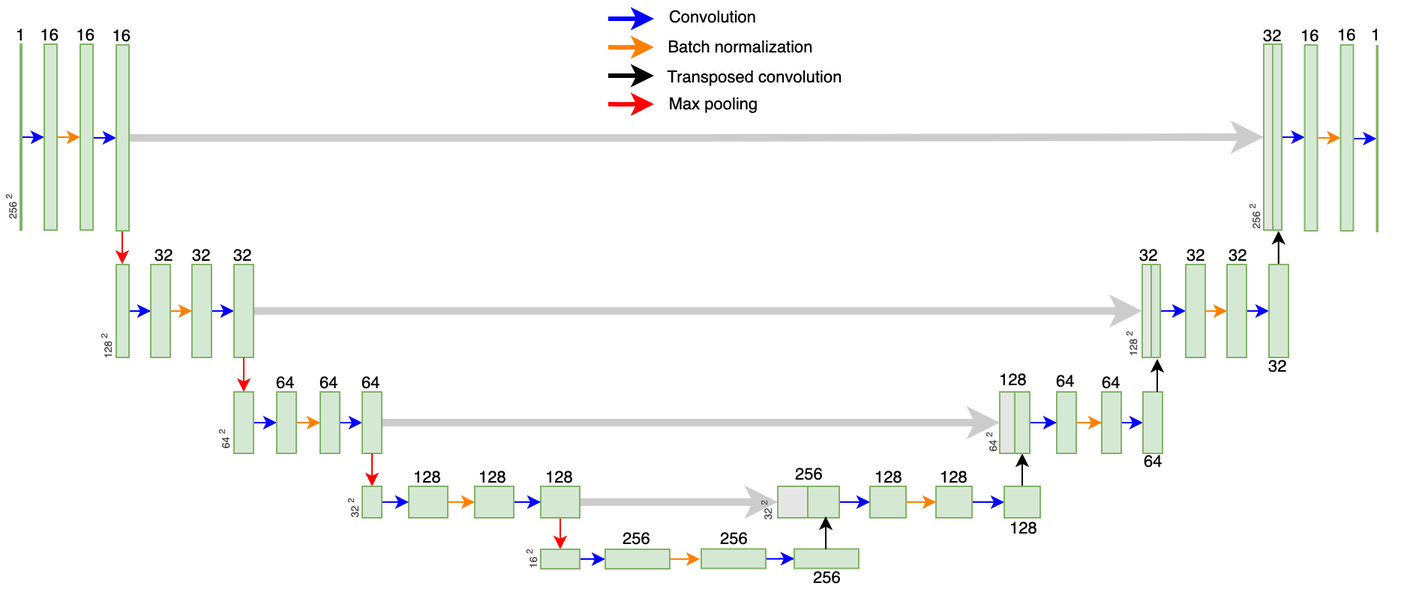
The draw.io diagram bilder/Unet.png in Eugeny/final-master-thesis, before a commit. Source tidied: cells renumbered, new cells last; positions are measured from the earlier drawing's top-left corner, leaving out a move shared by most shapes.
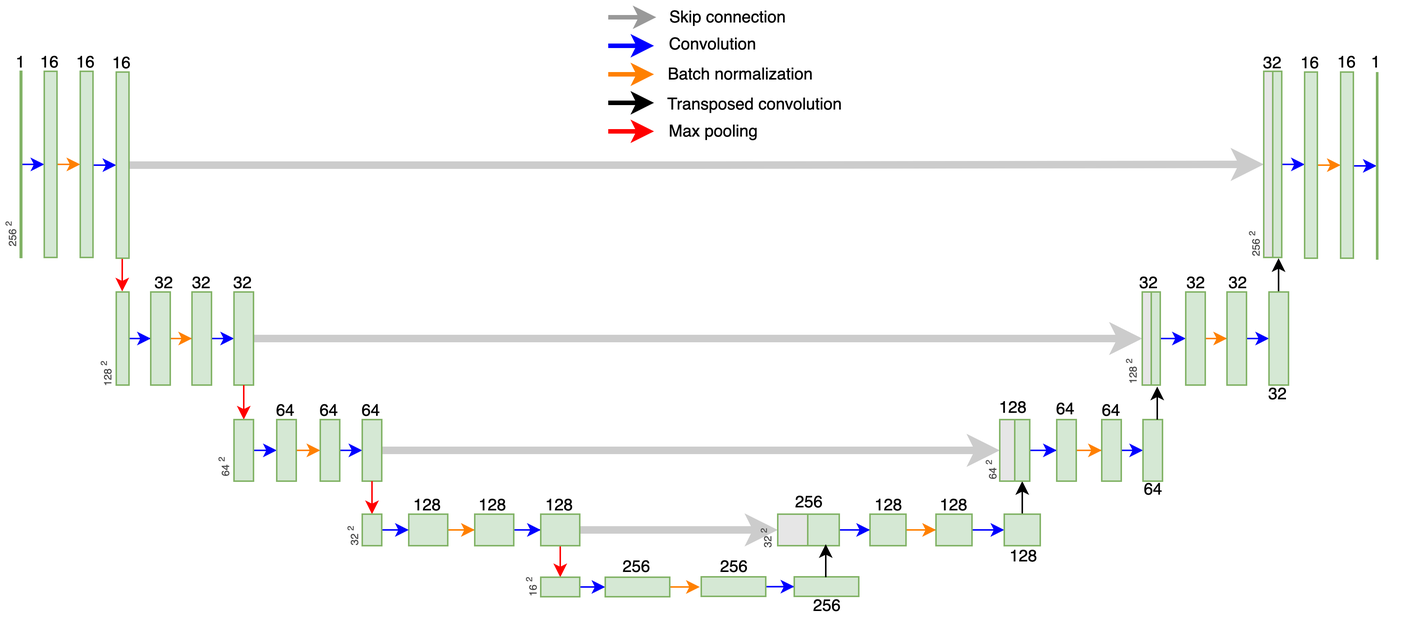
Later version of the same file.

The edit, as a diff of the source:
```diff
@@ -464,5 +464,18 @@
         <mxPoint x="561" y="344" as="targetPoint" />
       </mxGeometry>
     </mxCell>
+    <mxCell id="130" style="edgeStyle=orthogonalEdgeStyle;rounded=0;orthogonalLoop=1;jettySize=auto;html=1;fontSize=11;fillColor=#0000CC;strokeColor=#999999;strokeWidth=3;" parent="1" edge="1">
+      <mxGeometry relative="1" as="geometry">
+        <mxPoint x="416" y="-7" as="sourcePoint" />
+        <mxPoint x="448" y="-7" as="targetPoint" />
+        <Array as="points">
+          <mxPoint x="417" y="-7" />
+          <mxPoint x="417" y="-7" />
+        </Array>
+      </mxGeometry>
+    </mxCell>
+    <mxCell id="131" value="&lt;font style=&quot;font-size: 11px&quot; color=&quot;#000000&quot;&gt;Skip connection&lt;/font&gt;" style="text;html=1;strokeColor=none;fillColor=none;align=center;verticalAlign=middle;whiteSpace=wrap;rounded=0;shadow=1;fontSize=7;fontColor=#4A4A4A;" parent="1" vertex="1">
+      <mxGeometry x="450" y="-18" width="92" height="22" as="geometry" />
+    </mxCell>
   </root>
 </mxGraphModel>
```
